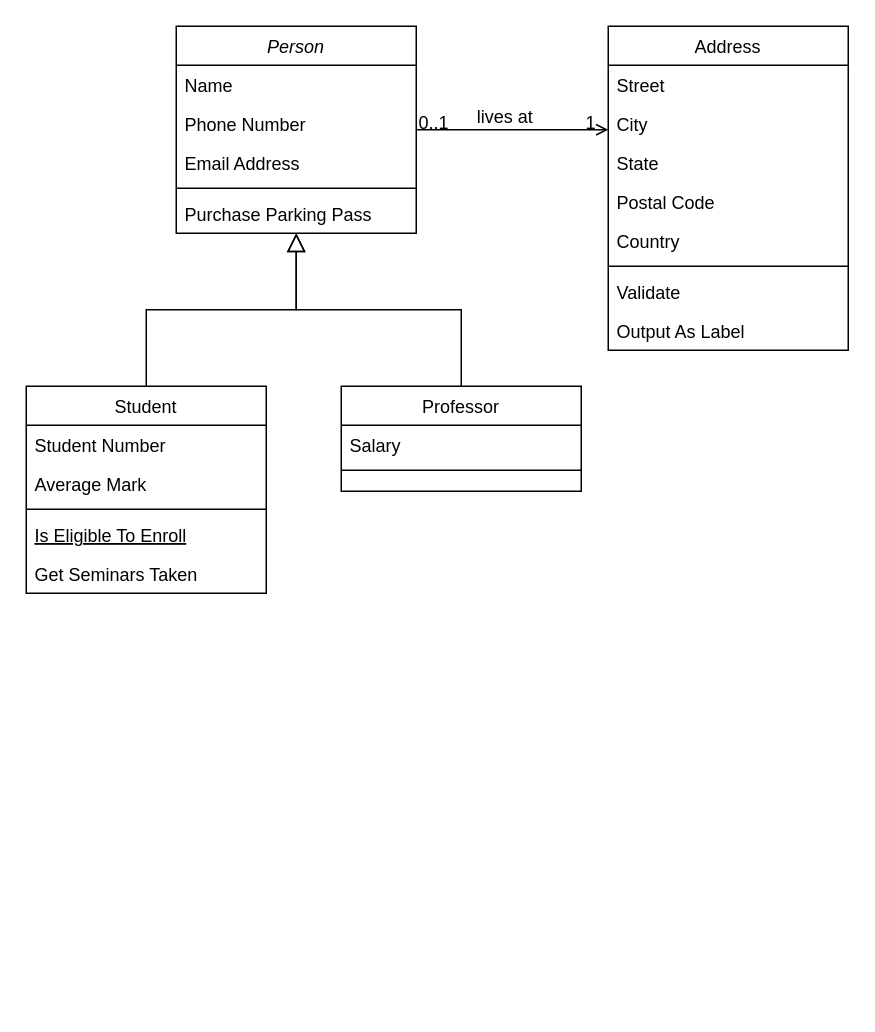
The draw.io diagram 名称未設定ファイル.drawio in haru01/test-drowio, before the edit. Source tidied: cells renumbered, new cells numbered last; positions are measured from the earlier drawing's top-left corner, leaving out a move shared by most shapes. Both pictures are drawn from the tidied source at 150%, with x=0, y=0 at pixel (26, 26).
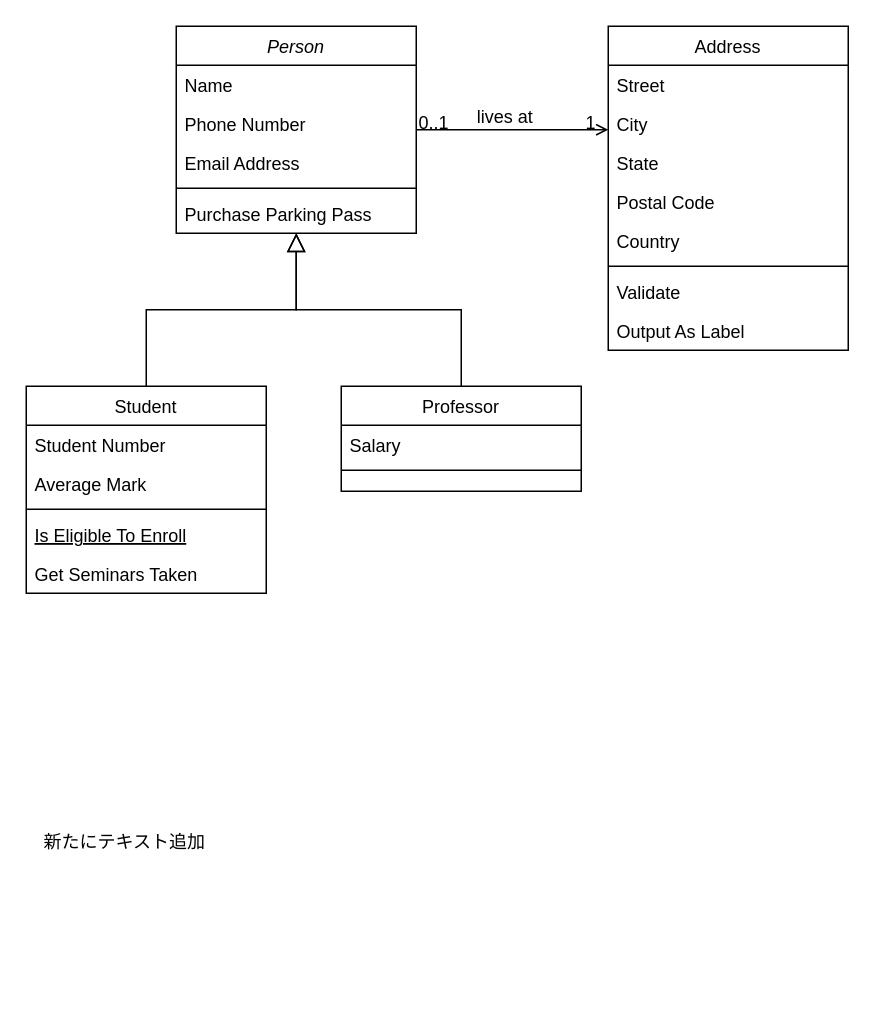
The same page after the edit.

Commit message:
名称未設定ファイル.drawio を更新します

Change to the diagram source:
```diff
@@
+    <mxCell id="32" value="新たにテキスト追加" style="text;html=1;whiteSpace=wrap;overflow=hidden;rounded=0;" parent="1" vertex="1">
+      <mxGeometry x="10" y="530" width="180" height="120" as="geometry" />
+    </mxCell>
```
